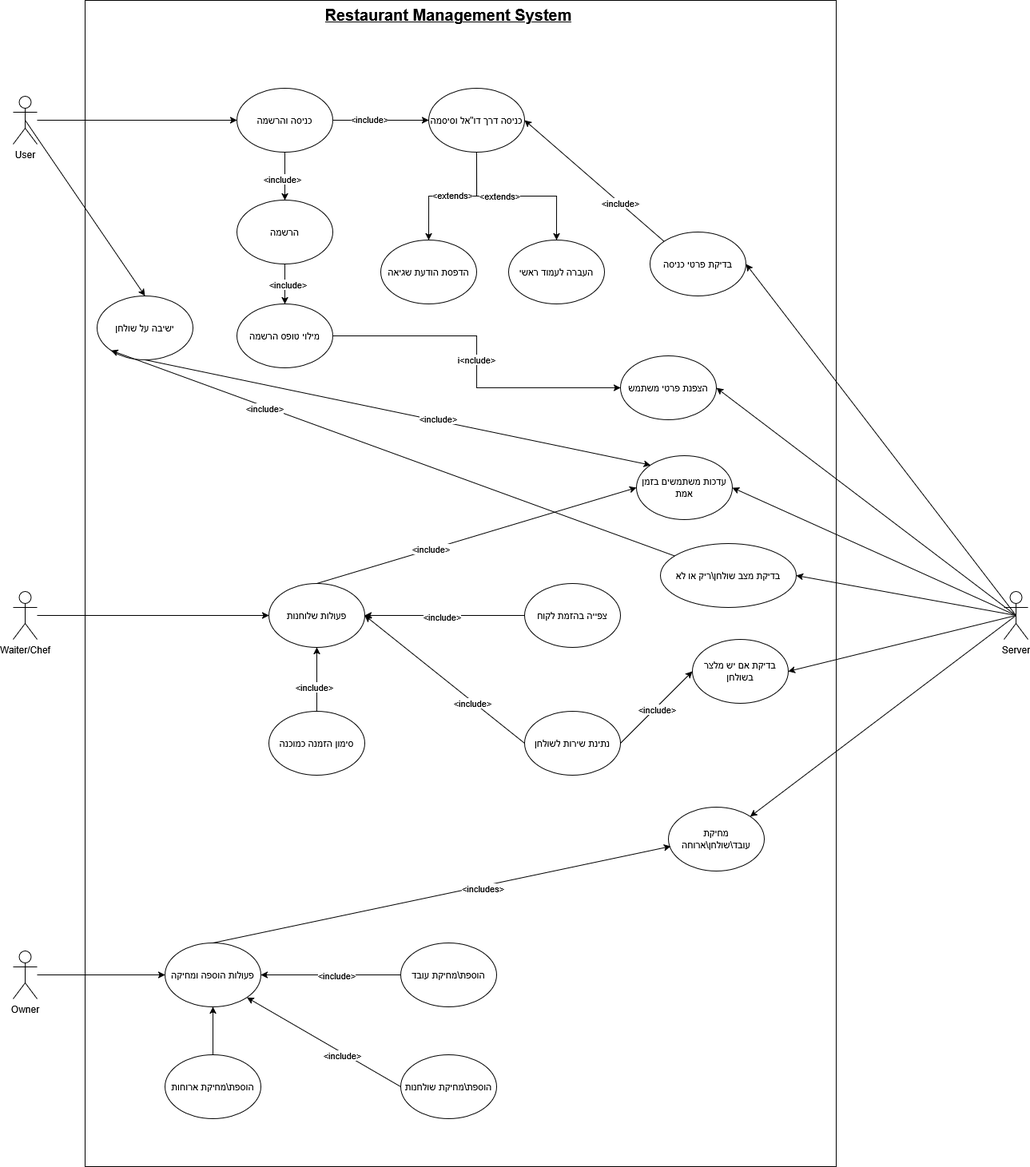
EyasSh/Resturant keeps this draw.io diagram as Diagrams/UC4.drawio.png. Above is the earlier version. Source tidied: cells renumbered, new cells last; positions are measured from the earlier drawing's top-left corner, leaving out a move shared by most shapes. Source of this version:
```xml
<mxGraphModel>
  <root>
    <mxCell id="0" />
    <mxCell id="1" parent="0" />
    <mxCell id="2" style="rounded=0;whiteSpace=wrap;html=1;" parent="1" vertex="1">
      <mxGeometry x="90" width="940" height="1460" as="geometry" />
    </mxCell>
    <mxCell id="3" value="&lt;div align=&quot;center&quot;&gt;&lt;u&gt;&lt;font style=&quot;font-size: 20px;&quot;&gt;&lt;b&gt;&lt;font&gt;Restaurant Management System&lt;/font&gt;&lt;/b&gt;&lt;/font&gt;&lt;/u&gt;&lt;/div&gt;" style="text;html=1;whiteSpace=wrap;overflow=hidden;rounded=0;align=center;" parent="1" vertex="1">
      <mxGeometry x="380" width="330" height="120" as="geometry" />
    </mxCell>
    <mxCell id="4" style="edgeStyle=orthogonalEdgeStyle;rounded=0;jettySize=auto;html=1;" parent="1" edge="1" source="5" target="13">
      <mxGeometry relative="1" as="geometry" />
    </mxCell>
    <mxCell id="5" value="User" style="shape=umlActor;verticalLabelPosition=bottom;verticalAlign=top;html=1;outlineConnect=0;" parent="1" vertex="1">
      <mxGeometry y="120" width="30" height="60" as="geometry" />
    </mxCell>
    <mxCell id="6" style="edgeStyle=orthogonalEdgeStyle;rounded=0;jettySize=auto;html=1;entryX=0;entryY=0.5;entryDx=0;entryDy=0;" parent="1" edge="1" source="7" target="35">
      <mxGeometry relative="1" as="geometry" />
    </mxCell>
    <mxCell id="7" value="Waiter/Chef" style="shape=umlActor;verticalLabelPosition=bottom;verticalAlign=top;html=1;outlineConnect=0;" parent="1" vertex="1">
      <mxGeometry y="740" width="30" height="60" as="geometry" />
    </mxCell>
    <mxCell id="8" style="edgeStyle=orthogonalEdgeStyle;rounded=0;jettySize=auto;html=1;entryX=0;entryY=0.5;entryDx=0;entryDy=0;" parent="1" edge="1" source="9" target="53">
      <mxGeometry relative="1" as="geometry" />
    </mxCell>
    <mxCell id="9" value="Owner" style="shape=umlActor;verticalLabelPosition=bottom;verticalAlign=top;html=1;outlineConnect=0;" parent="1" vertex="1">
      <mxGeometry y="1190" width="30" height="60" as="geometry" />
    </mxCell>
    <mxCell id="10" value="Server" style="shape=umlActor;verticalLabelPosition=bottom;verticalAlign=top;html=1;outlineConnect=0;" parent="1" vertex="1">
      <mxGeometry x="1240" y="740" width="30" height="60" as="geometry" />
    </mxCell>
    <mxCell id="11" style="edgeStyle=orthogonalEdgeStyle;rounded=0;jettySize=auto;html=1;" parent="1" edge="1" source="13" target="14">
      <mxGeometry relative="1" as="geometry" />
    </mxCell>
    <mxCell id="12" value="&amp;lt;include&amp;gt;" style="edgeLabel;html=1;align=center;verticalAlign=middle;" parent="11" vertex="1">
      <mxGeometry x="-0.24" y="2" relative="1" as="geometry" />
    </mxCell>
    <mxCell id="13" value="כניסה והרשמה" style="ellipse;whiteSpace=wrap;html=1;" parent="1" vertex="1">
      <mxGeometry x="280" y="110" width="120" height="80" as="geometry" />
    </mxCell>
    <mxCell id="14" value="כניסה דרך דו&quot;אל וסיסמה" style="ellipse;whiteSpace=wrap;html=1;" parent="1" vertex="1">
      <mxGeometry x="520" y="110" width="120" height="80" as="geometry" />
    </mxCell>
    <mxCell id="15" style="endArrow=classic;html=1;rounded=0;exitX=0.5;exitY=0.5;exitDx=0;exitDy=0;exitPerimeter=0;entryX=1;entryY=0.5;entryDx=0;entryDy=0;" parent="1" edge="1" source="10" target="16">
      <mxGeometry relative="1" as="geometry" />
    </mxCell>
    <mxCell id="16" value="בדיקת פרטי כניסה" style="ellipse;whiteSpace=wrap;html=1;" parent="1" vertex="1">
      <mxGeometry x="797" y="290" width="120" height="80" as="geometry" />
    </mxCell>
    <mxCell id="17" style="endArrow=classic;html=1;rounded=0;entryX=1;entryY=0.5;entryDx=0;entryDy=0;exitX=0;exitY=0;exitDx=0;exitDy=0;" parent="1" edge="1" source="16" target="14">
      <mxGeometry relative="1" as="geometry" />
    </mxCell>
    <mxCell id="18" value="&amp;lt;include&amp;gt;" style="edgeLabel;html=1;align=center;verticalAlign=middle;" parent="17" vertex="1">
      <mxGeometry x="-0.36" relative="1" as="geometry" />
    </mxCell>
    <mxCell id="19" style="edgeStyle=orthogonalEdgeStyle;rounded=0;jettySize=auto;html=1;" parent="1" edge="1" source="14" target="21">
      <mxGeometry relative="1" as="geometry" />
    </mxCell>
    <mxCell id="20" value="&amp;lt;extends&amp;gt;" style="edgeLabel;html=1;align=center;verticalAlign=middle;" parent="19" vertex="1">
      <mxGeometry y="-2" relative="1" as="geometry" />
    </mxCell>
    <mxCell id="21" value="הדפסת הודעת שגיאה" style="ellipse;whiteSpace=wrap;html=1;" parent="1" vertex="1">
      <mxGeometry x="460" y="300" width="120" height="80" as="geometry" />
    </mxCell>
    <mxCell id="22" style="edgeStyle=orthogonalEdgeStyle;rounded=0;jettySize=auto;html=1;exitX=0.5;exitY=1;exitDx=0;exitDy=0;" parent="1" edge="1" source="14" target="24">
      <mxGeometry relative="1" as="geometry" />
    </mxCell>
    <mxCell id="23" value="&amp;lt;extends&amp;gt;" style="edgeLabel;html=1;align=center;verticalAlign=middle;" parent="22" vertex="1">
      <mxGeometry x="-0.21" y="1" relative="1" as="geometry">
        <mxPoint x="1" as="offset" />
      </mxGeometry>
    </mxCell>
    <mxCell id="24" value="העברה לעמוד ראשי" style="ellipse;whiteSpace=wrap;html=1;" parent="1" vertex="1">
      <mxGeometry x="620" y="300" width="120" height="80" as="geometry" />
    </mxCell>
    <mxCell id="25" style="edgeStyle=orthogonalEdgeStyle;rounded=0;jettySize=auto;html=1;exitX=0.5;exitY=1;exitDx=0;exitDy=0;" parent="1" edge="1" source="13" target="27">
      <mxGeometry relative="1" as="geometry" />
    </mxCell>
    <mxCell id="26" value="&amp;lt;include&amp;gt;" style="edgeLabel;html=1;align=center;verticalAlign=middle;" parent="25" vertex="1">
      <mxGeometry x="0.12" y="-4" relative="1" as="geometry" />
    </mxCell>
    <mxCell id="27" value="הרשמה" style="ellipse;whiteSpace=wrap;html=1;" parent="1" vertex="1">
      <mxGeometry x="280" y="250" width="120" height="80" as="geometry" />
    </mxCell>
    <mxCell id="28" style="edgeStyle=orthogonalEdgeStyle;rounded=0;jettySize=auto;html=1;exitX=0.5;exitY=1;exitDx=0;exitDy=0;" parent="1" edge="1" source="27" target="32">
      <mxGeometry relative="1" as="geometry" />
    </mxCell>
    <mxCell id="29" value="&amp;lt;include&amp;gt;" style="edgeLabel;html=1;align=center;verticalAlign=middle;" parent="28" vertex="1">
      <mxGeometry y="3" relative="1" as="geometry" />
    </mxCell>
    <mxCell id="30" style="edgeStyle=orthogonalEdgeStyle;rounded=0;jettySize=auto;html=1;" parent="1" edge="1" source="32" target="33">
      <mxGeometry relative="1" as="geometry" />
    </mxCell>
    <mxCell id="31" value="i&amp;lt;nclude&amp;gt;" style="edgeLabel;html=1;align=center;verticalAlign=middle;" parent="30" vertex="1">
      <mxGeometry x="-0.01" y="-1" relative="1" as="geometry" />
    </mxCell>
    <mxCell id="32" value="מילוי טופס הרשמה" style="ellipse;whiteSpace=wrap;html=1;" parent="1" vertex="1">
      <mxGeometry x="280" y="380" width="120" height="80" as="geometry" />
    </mxCell>
    <mxCell id="33" value="הצפנת פרטי משתמש" style="ellipse;whiteSpace=wrap;html=1;" parent="1" vertex="1">
      <mxGeometry x="760" y="445" width="120" height="80" as="geometry" />
    </mxCell>
    <mxCell id="34" style="endArrow=classic;html=1;rounded=0;entryX=1;entryY=0.5;entryDx=0;entryDy=0;exitX=0.5;exitY=0.5;exitDx=0;exitDy=0;exitPerimeter=0;" parent="1" edge="1" source="10" target="33">
      <mxGeometry relative="1" as="geometry" />
    </mxCell>
    <mxCell id="35" value="פעולות שלוחנות" style="ellipse;whiteSpace=wrap;html=1;" parent="1" vertex="1">
      <mxGeometry x="320" y="730" width="120" height="80" as="geometry" />
    </mxCell>
    <mxCell id="36" value="צפייה בהזמת לקוח" style="ellipse;whiteSpace=wrap;html=1;" parent="1" vertex="1">
      <mxGeometry x="640" y="730" width="120" height="80" as="geometry" />
    </mxCell>
    <mxCell id="37" style="edgeStyle=orthogonalEdgeStyle;rounded=0;jettySize=auto;html=1;" parent="1" edge="1" source="39" target="35">
      <mxGeometry relative="1" as="geometry" />
    </mxCell>
    <mxCell id="38" value="&amp;lt;include&amp;gt;" style="edgeLabel;html=1;align=center;verticalAlign=middle;" parent="37" vertex="1">
      <mxGeometry x="-0.23" y="4" relative="1" as="geometry" />
    </mxCell>
    <mxCell id="39" value="סימון הזמנה כמוכנה" style="ellipse;whiteSpace=wrap;html=1;" parent="1" vertex="1">
      <mxGeometry x="320" y="890" width="120" height="80" as="geometry" />
    </mxCell>
    <mxCell id="40" value="נתינת שירות לשולחן" style="ellipse;whiteSpace=wrap;html=1;" parent="1" vertex="1">
      <mxGeometry x="640" y="890" width="120" height="80" as="geometry" />
    </mxCell>
    <mxCell id="41" style="endArrow=classic;html=1;rounded=0;entryX=1;entryY=0.5;entryDx=0;entryDy=0;exitX=0;exitY=0.5;exitDx=0;exitDy=0;" parent="1" edge="1" source="40" target="35">
      <mxGeometry relative="1" as="geometry" />
    </mxCell>
    <mxCell id="42" value="&amp;lt;include&amp;gt;" style="edgeLabel;html=1;align=center;verticalAlign=middle;" parent="41" vertex="1">
      <mxGeometry x="-0.35" y="1" relative="1" as="geometry" />
    </mxCell>
    <mxCell id="43" style="endArrow=classic;html=1;rounded=0;entryX=1;entryY=0.5;entryDx=0;entryDy=0;exitX=0;exitY=0.5;exitDx=0;exitDy=0;" parent="1" edge="1" source="36" target="35">
      <mxGeometry relative="1" as="geometry" />
    </mxCell>
    <mxCell id="44" value="&amp;lt;include&amp;gt;" style="edgeLabel;html=1;align=center;verticalAlign=middle;" parent="43" vertex="1">
      <mxGeometry x="0.04" y="1" relative="1" as="geometry" />
    </mxCell>
    <mxCell id="45" style="endArrow=classic;html=1;rounded=0;entryX=0;entryY=0.5;entryDx=0;entryDy=0;exitX=0.5;exitY=0;exitDx=0;exitDy=0;" parent="1" edge="1" source="35" target="47">
      <mxGeometry relative="1" as="geometry" />
    </mxCell>
    <mxCell id="46" value="&amp;lt;include&amp;gt;" style="edgeLabel;html=1;align=center;verticalAlign=middle;" parent="45" vertex="1">
      <mxGeometry x="-0.29" y="1" relative="1" as="geometry" />
    </mxCell>
    <mxCell id="47" value="עדכות משתמשים בזמן אמת" style="ellipse;whiteSpace=wrap;html=1;" parent="1" vertex="1">
      <mxGeometry x="780" y="570" width="120" height="80" as="geometry" />
    </mxCell>
    <mxCell id="48" style="endArrow=classic;html=1;rounded=0;exitX=0.5;exitY=0.5;exitDx=0;exitDy=0;exitPerimeter=0;entryX=1;entryY=0.5;entryDx=0;entryDy=0;" parent="1" edge="1" source="10" target="47">
      <mxGeometry relative="1" as="geometry" />
    </mxCell>
    <mxCell id="49" value="ישיבה על שולחן" style="ellipse;whiteSpace=wrap;html=1;" parent="1" vertex="1">
      <mxGeometry x="105" y="370" width="120" height="80" as="geometry" />
    </mxCell>
    <mxCell id="50" style="endArrow=classic;html=1;rounded=0;exitX=0.5;exitY=0.5;exitDx=0;exitDy=0;exitPerimeter=0;entryX=0.5;entryY=0;entryDx=0;entryDy=0;" parent="1" edge="1" source="5" target="49">
      <mxGeometry relative="1" as="geometry" />
    </mxCell>
    <mxCell id="51" style="endArrow=classic;html=1;rounded=0;entryX=0;entryY=0;entryDx=0;entryDy=0;exitX=0.5;exitY=1;exitDx=0;exitDy=0;" parent="1" edge="1" source="49" target="47">
      <mxGeometry relative="1" as="geometry" />
    </mxCell>
    <mxCell id="52" value="&amp;lt;include&amp;gt;" style="edgeLabel;html=1;align=center;verticalAlign=middle;" parent="51" vertex="1">
      <mxGeometry x="0.16" y="3" relative="1" as="geometry" />
    </mxCell>
    <mxCell id="53" value="פעולות הוספה ומחיקה" style="ellipse;whiteSpace=wrap;html=1;" parent="1" vertex="1">
      <mxGeometry x="190" y="1180" width="120" height="80" as="geometry" />
    </mxCell>
    <mxCell id="54" style="edgeStyle=orthogonalEdgeStyle;rounded=0;jettySize=auto;html=1;entryX=0.5;entryY=1;entryDx=0;entryDy=0;" parent="1" edge="1" source="55" target="53">
      <mxGeometry relative="1" as="geometry" />
    </mxCell>
    <mxCell id="55" value="הוספת\מחיקת ארוחות" style="ellipse;whiteSpace=wrap;html=1;" parent="1" vertex="1">
      <mxGeometry x="190" y="1320" width="120" height="80" as="geometry" />
    </mxCell>
    <mxCell id="56" value="הוספת\מחיקת שולחנות" style="ellipse;whiteSpace=wrap;html=1;" parent="1" vertex="1">
      <mxGeometry x="485" y="1320" width="120" height="80" as="geometry" />
    </mxCell>
    <mxCell id="57" style="edgeStyle=orthogonalEdgeStyle;rounded=0;jettySize=auto;html=1;entryX=1;entryY=0.5;entryDx=0;entryDy=0;" parent="1" edge="1" source="59" target="53">
      <mxGeometry relative="1" as="geometry" />
    </mxCell>
    <mxCell id="58" value="&amp;lt;include&amp;gt;" style="edgeLabel;html=1;align=center;verticalAlign=middle;" parent="57" vertex="1">
      <mxGeometry x="-0.08" relative="1" as="geometry">
        <mxPoint x="-1" as="offset" />
      </mxGeometry>
    </mxCell>
    <mxCell id="59" value="הוספת\מחיקת עובד" style="ellipse;whiteSpace=wrap;html=1;" parent="1" vertex="1">
      <mxGeometry x="485" y="1180" width="120" height="80" as="geometry" />
    </mxCell>
    <mxCell id="60" style="endArrow=classic;html=1;rounded=0;entryX=1;entryY=1;entryDx=0;entryDy=0;exitX=0;exitY=0.5;exitDx=0;exitDy=0;" parent="1" edge="1" source="56" target="53">
      <mxGeometry relative="1" as="geometry" />
    </mxCell>
    <mxCell id="61" value="&amp;lt;include&amp;gt;" style="edgeLabel;html=1;align=center;verticalAlign=middle;" parent="60" vertex="1">
      <mxGeometry x="-0.25" y="3" relative="1" as="geometry" />
    </mxCell>
    <mxCell id="62" value="מחיקת עובד\שולחן\ארוחה" style="ellipse;whiteSpace=wrap;html=1;" parent="1" vertex="1">
      <mxGeometry x="820" y="1010" width="120" height="80" as="geometry" />
    </mxCell>
    <mxCell id="63" style="endArrow=classic;html=1;rounded=0;exitX=0.5;exitY=0.5;exitDx=0;exitDy=0;exitPerimeter=0;entryX=1;entryY=0;entryDx=0;entryDy=0;" parent="1" edge="1" source="10" target="62">
      <mxGeometry relative="1" as="geometry" />
    </mxCell>
    <mxCell id="64" style="endArrow=classic;html=1;rounded=0;exitX=0.5;exitY=0;exitDx=0;exitDy=0;entryX=0.025;entryY=0.613;entryDx=0;entryDy=0;entryPerimeter=0;" parent="1" edge="1" source="53" target="62">
      <mxGeometry relative="1" as="geometry" />
    </mxCell>
    <mxCell id="65" value="&amp;lt;includes&amp;gt;" style="edgeLabel;html=1;align=center;verticalAlign=middle;" parent="64" vertex="1">
      <mxGeometry x="0.17" y="-2" relative="1" as="geometry" />
    </mxCell>
    <mxCell id="66" style="rounded=0;jettySize=auto;html=1;entryX=0;entryY=1;entryDx=0;entryDy=0;" parent="1" edge="1" source="68" target="49">
      <mxGeometry relative="1" as="geometry" />
    </mxCell>
    <mxCell id="67" value="&amp;lt;include&amp;gt;" style="edgeLabel;html=1;align=center;verticalAlign=middle;" parent="66" vertex="1">
      <mxGeometry x="0.46" y="1" relative="1" as="geometry">
        <mxPoint y="1" as="offset" />
      </mxGeometry>
    </mxCell>
    <mxCell id="68" value="בדיקת מצב שולחן\ריק או לא" style="ellipse;whiteSpace=wrap;html=1;" parent="1" vertex="1">
      <mxGeometry x="810" y="680" width="170" height="80" as="geometry" />
    </mxCell>
    <mxCell id="69" style="endArrow=classic;html=1;rounded=0;entryX=1;entryY=0.5;entryDx=0;entryDy=0;exitX=0.5;exitY=0.5;exitDx=0;exitDy=0;exitPerimeter=0;" parent="1" edge="1" source="10" target="68">
      <mxGeometry relative="1" as="geometry" />
    </mxCell>
    <mxCell id="70" value="בדיקת אם יש מלצר בשולחן" style="ellipse;whiteSpace=wrap;html=1;" parent="1" vertex="1">
      <mxGeometry x="850" y="800" width="120" height="80" as="geometry" />
    </mxCell>
    <mxCell id="71" style="endArrow=classic;html=1;rounded=0;exitX=0.5;exitY=0.5;exitDx=0;exitDy=0;exitPerimeter=0;entryX=1;entryY=0.5;entryDx=0;entryDy=0;" parent="1" edge="1" source="10" target="70">
      <mxGeometry relative="1" as="geometry" />
    </mxCell>
    <mxCell id="72" style="endArrow=classic;html=1;rounded=0;entryX=0;entryY=0.5;entryDx=0;entryDy=0;exitX=1;exitY=0.5;exitDx=0;exitDy=0;" parent="1" edge="1" source="40" target="70">
      <mxGeometry relative="1" as="geometry" />
    </mxCell>
    <mxCell id="73" value="&amp;lt;include&amp;gt;" style="edgeLabel;html=1;align=center;verticalAlign=middle;" parent="72" vertex="1">
      <mxGeometry x="-0.01" y="-2" relative="1" as="geometry" />
    </mxCell>
  </root>
</mxGraphModel>
```
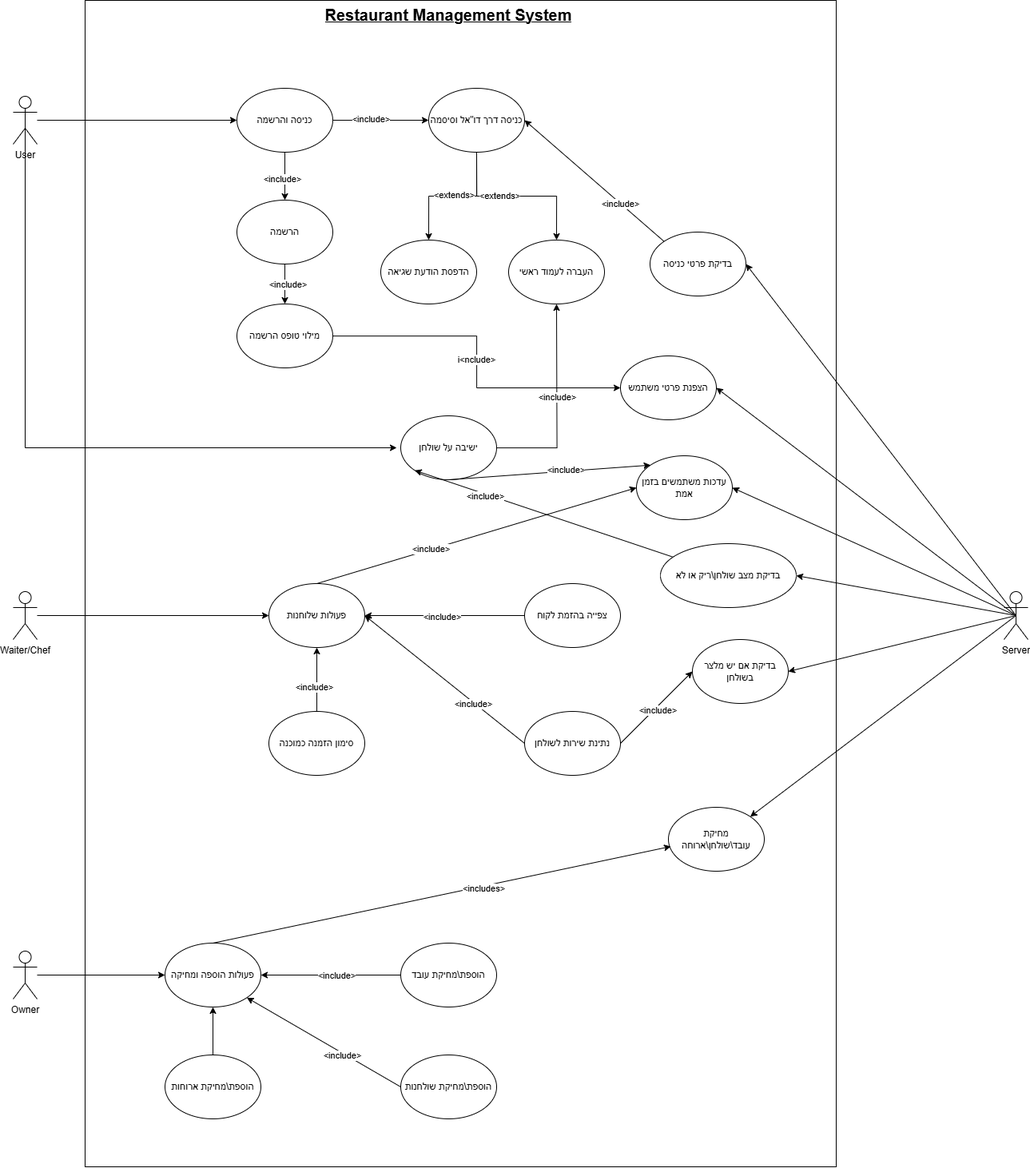
Later version of the same file.

Diff of the diagram source:
```diff
@@ -145,11 +145,24 @@
     <mxCell id="48" style="endArrow=classic;html=1;rounded=0;exitX=0.5;exitY=0.5;exitDx=0;exitDy=0;exitPerimeter=0;entryX=1;entryY=0.5;entryDx=0;entryDy=0;" parent="1" edge="1" source="10" target="47">
       <mxGeometry relative="1" as="geometry" />
     </mxCell>
+    <mxCell id="74" style="edgeStyle=orthogonalEdgeStyle;rounded=0;jettySize=auto;html=1;" parent="1" edge="1" source="49">
+      <mxGeometry relative="1" as="geometry">
+        <mxPoint x="680" y="380" as="targetPoint" />
+      </mxGeometry>
+    </mxCell>
+    <mxCell id="75" value="&amp;lt;include&amp;gt;" style="edgeLabel;html=1;align=center;verticalAlign=middle;" parent="74" vertex="1">
+      <mxGeometry x="0.09" relative="1" as="geometry" />
+    </mxCell>
     <mxCell id="49" value="ישיבה על שולחן" style="ellipse;whiteSpace=wrap;html=1;" parent="1" vertex="1">
-      <mxGeometry x="105" y="370" width="120" height="80" as="geometry" />
+      <mxGeometry x="485" y="520" width="120" height="80" as="geometry" />
     </mxCell>
-    <mxCell id="50" style="endArrow=classic;html=1;rounded=0;exitX=0.5;exitY=0.5;exitDx=0;exitDy=0;exitPerimeter=0;entryX=0.5;entryY=0;entryDx=0;entryDy=0;" parent="1" edge="1" source="5" target="49">
-      <mxGeometry relative="1" as="geometry" />
+    <mxCell id="50" style="endArrow=classic;html=1;rounded=0;exitX=0.5;exitY=0.5;exitDx=0;exitDy=0;exitPerimeter=0;edgeStyle=elbowEdgeStyle;elbow=vertical;" parent="1" edge="1" source="5">
+      <mxGeometry relative="1" as="geometry">
+        <mxPoint x="480" y="560" as="targetPoint" />
+        <Array as="points">
+          <mxPoint x="250" y="560" />
+        </Array>
+      </mxGeometry>
     </mxCell>
     <mxCell id="51" style="endArrow=classic;html=1;rounded=0;entryX=0;entryY=0;entryDx=0;entryDy=0;exitX=0.5;exitY=1;exitDx=0;exitDy=0;" parent="1" edge="1" source="49" target="47">
       <mxGeometry relative="1" as="geometry" />
```
